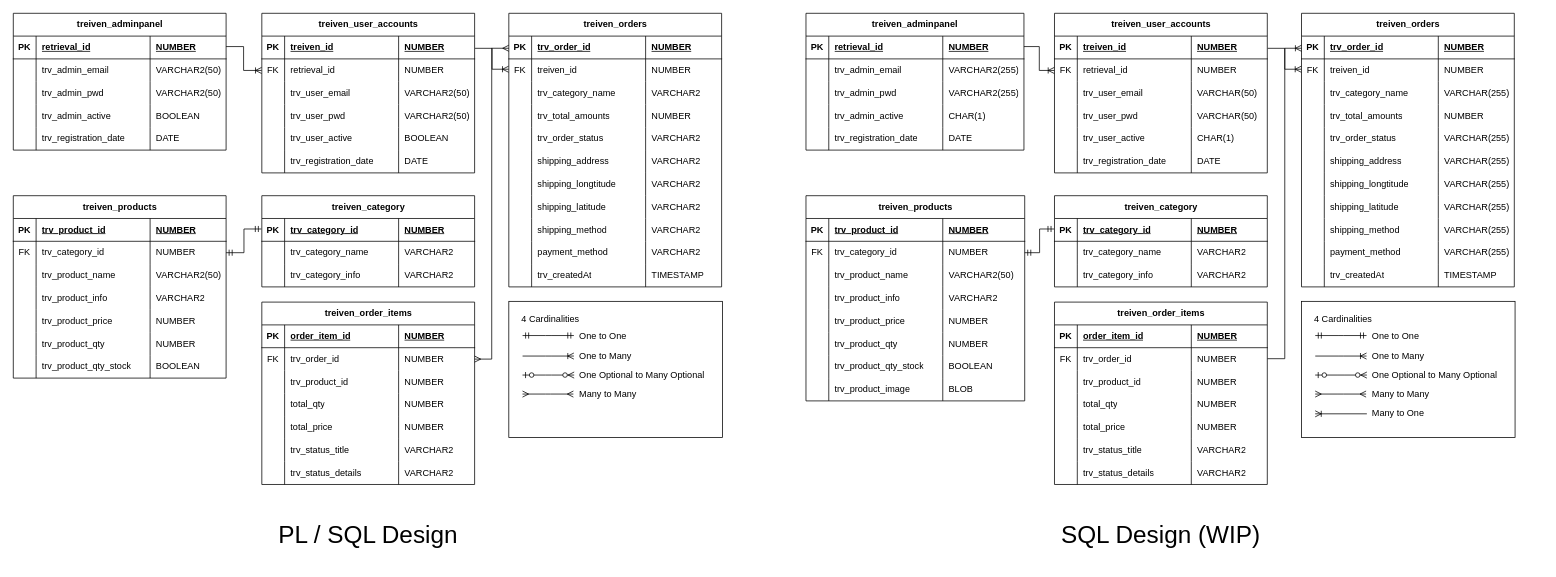
The draw.io diagram public/treiven.drawio in lash0000/im101, before the edit. Source tidied: cells renumbered, new cells numbered last; positions are measured from the earlier drawing's top-left corner, leaving out a move shared by most shapes. Both pictures are drawn from the tidied source at 76%, with x=0, y=0 at pixel (13, 13).
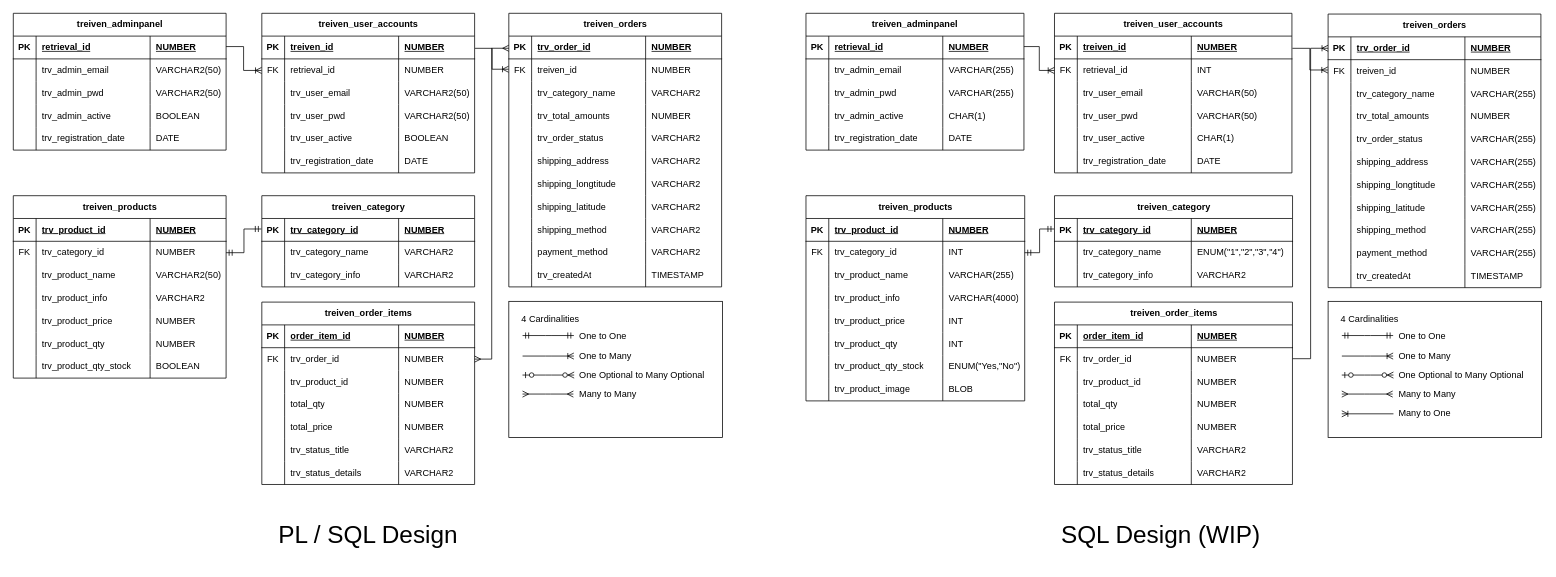
After the change.

Unchanged cells that the change refers to:
```xml
<mxCell id="185" style="shape=tableRow;horizontal=0;startSize=0;swimlaneHead=0;swimlaneBody=0;fillColor=none;top=0;left=0;right=0;bottom=0;" parent="180" vertex="1">
  <mxGeometry y="60" width="286.8" height="30" as="geometry" />
</mxCell>
<mxCell id="189" style="shape=tableRow;horizontal=0;startSize=0;swimlaneHead=0;swimlaneBody=0;fillColor=none;top=0;left=0;right=0;bottom=0;" parent="180" vertex="1">
  <mxGeometry y="90" width="286.8" height="30" as="geometry" />
</mxCell>
<mxCell id="231" style="shape=tableRow;horizontal=0;startSize=0;swimlaneHead=0;swimlaneBody=0;fillColor=none;points=[[0,0.5],[1,0.5]];portConstraint=eastwest;top=0;left=0;right=0;bottom=0;" parent="226" vertex="1">
  <mxGeometry y="60" width="287.8" height="30" as="geometry" />
</mxCell>
<mxCell id="235" style="shape=tableRow;horizontal=0;startSize=0;swimlaneHead=0;swimlaneBody=0;fillColor=none;top=0;left=0;right=0;bottom=0;" parent="226" vertex="1">
  <mxGeometry y="90" width="287.8" height="30" as="geometry" />
</mxCell>
<mxCell id="239" style="shape=tableRow;horizontal=0;startSize=0;swimlaneHead=0;swimlaneBody=0;fillColor=none;top=0;left=0;right=0;bottom=0;" parent="226" vertex="1">
  <mxGeometry y="120" width="287.8" height="30" as="geometry" />
</mxCell>
<mxCell id="243" style="shape=tableRow;horizontal=0;startSize=0;swimlaneHead=0;swimlaneBody=0;fillColor=none;top=0;left=0;right=0;bottom=0;" parent="226" vertex="1">
  <mxGeometry y="150" width="287.8" height="30" as="geometry" />
</mxCell>
<mxCell id="247" style="shape=tableRow;horizontal=0;startSize=0;swimlaneHead=0;swimlaneBody=0;fillColor=none;top=0;left=0;right=0;bottom=0;" parent="226" vertex="1">
  <mxGeometry y="180" width="287.8" height="30" as="geometry" />
</mxCell>
<mxCell id="251" style="shape=tableRow;horizontal=0;startSize=0;swimlaneHead=0;swimlaneBody=0;fillColor=none;top=0;left=0;right=0;bottom=0;" parent="226" vertex="1">
  <mxGeometry y="210" width="287.8" height="30" as="geometry" />
</mxCell>
<mxCell id="302" style="shape=tableRow;horizontal=0;startSize=0;swimlaneHead=0;swimlaneBody=0;fillColor=none;points=[[0,0.5],[1,0.5]];portConstraint=eastwest;top=0;left=0;right=0;bottom=1;" parent="301" vertex="1">
  <mxGeometry y="30" width="280" height="30" as="geometry" />
</mxCell>
```

What changed in the source:
```diff
@@
-    <mxCell id="188" value="VARCHAR2(255)" style="shape=partialRectangle;fillColor=none;top=0;left=0;bottom=0;right=0;align=left;spacingLeft=6;overflow=hidden;whiteSpace=wrap;html=1;" parent="185" vertex="1">
+    <mxCell id="188" value="VARCHAR(255)" style="shape=partialRectangle;fillColor=none;top=0;left=0;bottom=0;right=0;align=left;spacingLeft=6;overflow=hidden;whiteSpace=wrap;html=1;" parent="185" vertex="1">
       <mxGeometry x="180" width="106.8" height="30" as="geometry" />
     </mxCell>
@@
-    <mxCell id="192" value="VARCHAR2(255)" style="shape=partialRectangle;fillColor=none;top=0;left=0;bottom=0;right=0;align=left;spacingLeft=6;overflow=hidden;whiteSpace=wrap;html=1;" parent="189" vertex="1">
+    <mxCell id="192" value="VARCHAR(255)" style="shape=partialRectangle;fillColor=none;top=0;left=0;bottom=0;right=0;align=left;spacingLeft=6;overflow=hidden;whiteSpace=wrap;html=1;" parent="189" vertex="1">
       <mxGeometry x="180" width="106.8" height="30" as="geometry" />
     </mxCell>
@@
     <mxCell id="201" value="treiven_user_accounts" style="shape=table;startSize=30;childLayout=tableLayout;rowLines=0;fontStyle=1;align=center;html=1;" parent="1" vertex="1">
-      <mxGeometry x="1370" width="280" height="210" as="geometry" />
+      <mxGeometry x="1370" width="312.4" height="210" as="geometry" />
     </mxCell>
     <mxCell id="202" style="shape=tableRow;horizontal=0;startSize=0;swimlaneHead=0;swimlaneBody=0;fillColor=none;points=[[0,0.5],[1,0.5]];portConstraint=eastwest;top=0;left=0;right=0;bottom=1;" parent="201" vertex="1">
-      <mxGeometry y="30" width="280" height="30" as="geometry" />
+      <mxGeometry y="30" width="312.4" height="30" as="geometry" />
     </mxCell>
@@
     <mxCell id="205" value="NUMBER" style="shape=partialRectangle;fillColor=none;top=0;left=0;bottom=0;right=0;align=left;spacingLeft=6;fontStyle=5;overflow=hidden;whiteSpace=wrap;html=1;" parent="202" vertex="1">
-      <mxGeometry x="180" width="100" height="30" as="geometry" />
+      <mxGeometry x="180" width="132.4" height="30" as="geometry" />
     </mxCell>
     <mxCell id="206" style="shape=tableRow;horizontal=0;startSize=0;swimlaneHead=0;swimlaneBody=0;fillColor=none;top=0;left=0;right=0;bottom=0;" parent="201" vertex="1">
-      <mxGeometry y="60" width="280" height="30" as="geometry" />
+      <mxGeometry y="60" width="312.4" height="30" as="geometry" />
     </mxCell>
@@
-    <mxCell id="209" value="NUMBER" style="shape=partialRectangle;fillColor=none;top=0;left=0;bottom=0;right=0;align=left;spacingLeft=6;overflow=hidden;whiteSpace=wrap;html=1;" parent="206" vertex="1">
-      <mxGeometry x="180" width="100" height="30" as="geometry" />
+    <mxCell id="209" value="INT" style="shape=partialRectangle;fillColor=none;top=0;left=0;bottom=0;right=0;align=left;spacingLeft=6;overflow=hidden;whiteSpace=wrap;html=1;" parent="206" vertex="1">
+      <mxGeometry x="180" width="132.4" height="30" as="geometry" />
     </mxCell>
     <mxCell id="210" style="shape=tableRow;horizontal=0;startSize=0;swimlaneHead=0;swimlaneBody=0;fillColor=none;top=0;left=0;right=0;bottom=0;" parent="201" vertex="1">
-      <mxGeometry y="90" width="280" height="30" as="geometry" />
+      <mxGeometry y="90" width="312.4" height="30" as="geometry" />
     </mxCell>
@@
     <mxCell id="213" value="VARCHAR(50)" style="shape=partialRectangle;fillColor=none;top=0;left=0;bottom=0;right=0;align=left;spacingLeft=6;overflow=hidden;whiteSpace=wrap;html=1;" parent="210" vertex="1">
-      <mxGeometry x="180" width="100" height="30" as="geometry" />
+      <mxGeometry x="180" width="132.4" height="30" as="geometry" />
     </mxCell>
     <mxCell id="214" style="shape=tableRow;horizontal=0;startSize=0;swimlaneHead=0;swimlaneBody=0;fillColor=none;top=0;left=0;right=0;bottom=0;" parent="201" vertex="1">
-      <mxGeometry y="120" width="280" height="30" as="geometry" />
+      <mxGeometry y="120" width="312.4" height="30" as="geometry" />
     </mxCell>
@@
     <mxCell id="217" value="VARCHAR(50)" style="shape=partialRectangle;fillColor=none;top=0;left=0;bottom=0;right=0;align=left;spacingLeft=6;overflow=hidden;whiteSpace=wrap;html=1;" parent="214" vertex="1">
-      <mxGeometry x="180" width="100" height="30" as="geometry" />
+      <mxGeometry x="180" width="132.4" height="30" as="geometry" />
     </mxCell>
     <mxCell id="218" style="shape=tableRow;horizontal=0;startSize=0;swimlaneHead=0;swimlaneBody=0;fillColor=none;top=0;left=0;right=0;bottom=0;" parent="201" vertex="1">
-      <mxGeometry y="150" width="280" height="30" as="geometry" />
+      <mxGeometry y="150" width="312.4" height="30" as="geometry" />
     </mxCell>
@@
     <mxCell id="221" value="CHAR(1)" style="shape=partialRectangle;fillColor=none;top=0;left=0;bottom=0;right=0;align=left;spacingLeft=6;overflow=hidden;whiteSpace=wrap;html=1;" parent="218" vertex="1">
-      <mxGeometry x="180" width="100" height="30" as="geometry" />
+      <mxGeometry x="180" width="132.4" height="30" as="geometry" />
     </mxCell>
     <mxCell id="222" style="shape=tableRow;horizontal=0;startSize=0;swimlaneHead=0;swimlaneBody=0;fillColor=none;top=0;left=0;right=0;bottom=0;" parent="201" vertex="1">
-      <mxGeometry y="180" width="280" height="30" as="geometry" />
+      <mxGeometry y="180" width="312.4" height="30" as="geometry" />
     </mxCell>
@@
     <mxCell id="225" value="DATE" style="shape=partialRectangle;fillColor=none;top=0;left=0;bottom=0;right=0;align=left;spacingLeft=6;overflow=hidden;whiteSpace=wrap;html=1;" parent="222" vertex="1">
-      <mxGeometry x="180" width="100" height="30" as="geometry" />
+      <mxGeometry x="180" width="132.4" height="30" as="geometry" />
     </mxCell>
@@
-    <mxCell id="234" value="NUMBER" style="shape=partialRectangle;fillColor=none;top=0;left=0;bottom=0;right=0;align=left;spacingLeft=6;overflow=hidden;whiteSpace=wrap;html=1;" parent="231" vertex="1">
+    <mxCell id="234" value="INT" style="shape=partialRectangle;fillColor=none;top=0;left=0;bottom=0;right=0;align=left;spacingLeft=6;overflow=hidden;whiteSpace=wrap;html=1;" parent="231" vertex="1">
       <mxGeometry x="180" width="107.8" height="30" as="geometry" />
     </mxCell>
@@
-    <mxCell id="238" value="VARCHAR2(50)" style="shape=partialRectangle;fillColor=none;top=0;left=0;bottom=0;right=0;align=left;spacingLeft=6;overflow=hidden;whiteSpace=wrap;html=1;" parent="235" vertex="1">
+    <mxCell id="238" value="VARCHAR(255)" style="shape=partialRectangle;fillColor=none;top=0;left=0;bottom=0;right=0;align=left;spacingLeft=6;overflow=hidden;whiteSpace=wrap;html=1;" parent="235" vertex="1">
       <mxGeometry x="180" width="107.8" height="30" as="geometry" />
     </mxCell>
@@
-    <mxCell id="242" value="VARCHAR2" style="shape=partialRectangle;fillColor=none;top=0;left=0;bottom=0;right=0;align=left;spacingLeft=6;overflow=hidden;whiteSpace=wrap;html=1;" parent="239" vertex="1">
+    <mxCell id="242" value="VARCHAR(4000)" style="shape=partialRectangle;fillColor=none;top=0;left=0;bottom=0;right=0;align=left;spacingLeft=6;overflow=hidden;whiteSpace=wrap;html=1;" parent="239" vertex="1">
       <mxGeometry x="180" width="107.8" height="30" as="geometry" />
     </mxCell>
@@
-    <mxCell id="246" value="NUMBER" style="shape=partialRectangle;fillColor=none;top=0;left=0;bottom=0;right=0;align=left;spacingLeft=6;overflow=hidden;whiteSpace=wrap;html=1;" parent="243" vertex="1">
+    <mxCell id="246" value="INT" style="shape=partialRectangle;fillColor=none;top=0;left=0;bottom=0;right=0;align=left;spacingLeft=6;overflow=hidden;whiteSpace=wrap;html=1;" parent="243" vertex="1">
       <mxGeometry x="180" width="107.8" height="30" as="geometry" />
     </mxCell>
@@
-    <mxCell id="250" value="NUMBER" style="shape=partialRectangle;fillColor=none;top=0;left=0;bottom=0;right=0;align=left;spacingLeft=6;overflow=hidden;whiteSpace=wrap;html=1;" parent="247" vertex="1">
+    <mxCell id="250" value="INT" style="shape=partialRectangle;fillColor=none;top=0;left=0;bottom=0;right=0;align=left;spacingLeft=6;overflow=hidden;whiteSpace=wrap;html=1;" parent="247" vertex="1">
       <mxGeometry x="180" width="107.8" height="30" as="geometry" />
     </mxCell>
@@
-    <mxCell id="254" value="BOOLEAN" style="shape=partialRectangle;fillColor=none;top=0;left=0;bottom=0;right=0;align=left;spacingLeft=6;overflow=hidden;whiteSpace=wrap;html=1;" parent="251" vertex="1">
+    <mxCell id="254" value="ENUM(&quot;Yes,&quot;No&quot;)" style="shape=partialRectangle;fillColor=none;top=0;left=0;bottom=0;right=0;align=left;spacingLeft=6;overflow=hidden;whiteSpace=wrap;html=1;" parent="251" vertex="1">
       <mxGeometry x="180" width="107.8" height="30" as="geometry" />
     </mxCell>
@@
     <mxCell id="259" value="treiven_category" style="shape=table;startSize=30;childLayout=tableLayout;rowLines=0;fontStyle=1;align=center;html=1;" parent="1" vertex="1">
-      <mxGeometry x="1370" y="240" width="280" height="120" as="geometry" />
+      <mxGeometry x="1370" y="240" width="313.2" height="120" as="geometry" />
     </mxCell>
     <mxCell id="260" style="shape=tableRow;horizontal=0;startSize=0;swimlaneHead=0;swimlaneBody=0;fillColor=none;points=[[0,0.5],[1,0.5]];portConstraint=eastwest;top=0;left=0;right=0;bottom=1;" parent="259" vertex="1">
-      <mxGeometry y="30" width="280" height="30" as="geometry" />
+      <mxGeometry y="30" width="313.2" height="30" as="geometry" />
     </mxCell>
@@
     <mxCell id="263" value="NUMBER" style="shape=partialRectangle;fillColor=none;top=0;left=0;bottom=0;right=0;align=left;spacingLeft=6;fontStyle=5;overflow=hidden;whiteSpace=wrap;html=1;" parent="260" vertex="1">
-      <mxGeometry x="180" width="100" height="30" as="geometry" />
+      <mxGeometry x="180" width="133.2" height="30" as="geometry" />
     </mxCell>
     <mxCell id="264" style="shape=tableRow;horizontal=0;startSize=0;swimlaneHead=0;swimlaneBody=0;fillColor=none;top=0;left=0;right=0;bottom=0;" parent="259" vertex="1">
-      <mxGeometry y="60" width="280" height="30" as="geometry" />
+      <mxGeometry y="60" width="313.2" height="30" as="geometry" />
     </mxCell>
@@
-    <mxCell id="267" value="VARCHAR2" style="shape=partialRectangle;fillColor=none;top=0;left=0;bottom=0;right=0;align=left;spacingLeft=6;overflow=hidden;whiteSpace=wrap;html=1;" parent="264" vertex="1">
-      <mxGeometry x="180" width="100" height="30" as="geometry" />
+    <mxCell id="267" value="ENUM(&quot;1&quot;,&quot;2&quot;,&quot;3&quot;,&quot;4&quot;)" style="shape=partialRectangle;fillColor=none;top=0;left=0;bottom=0;right=0;align=left;spacingLeft=6;overflow=hidden;whiteSpace=wrap;html=1;" parent="264" vertex="1">
+      <mxGeometry x="180" width="133.2" height="30" as="geometry" />
     </mxCell>
     <mxCell id="268" style="shape=tableRow;horizontal=0;startSize=0;swimlaneHead=0;swimlaneBody=0;fillColor=none;top=0;left=0;right=0;bottom=0;" parent="259" vertex="1">
-      <mxGeometry y="90" width="280" height="30" as="geometry" />
+      <mxGeometry y="90" width="313.2" height="30" as="geometry" />
     </mxCell>
@@
     <mxCell id="271" value="VARCHAR2" style="shape=partialRectangle;fillColor=none;top=0;left=0;bottom=0;right=0;align=left;spacingLeft=6;overflow=hidden;whiteSpace=wrap;html=1;" parent="268" vertex="1">
-      <mxGeometry x="180" width="100" height="30" as="geometry" />
+      <mxGeometry x="180" width="133.2" height="30" as="geometry" />
     </mxCell>
     <mxCell id="272" value="treiven_order_items" style="shape=table;startSize=30;childLayout=tableLayout;rowLines=0;fontStyle=1;align=center;html=1;" parent="1" vertex="1">
-      <mxGeometry x="1370" y="380" width="280" height="240" as="geometry" />
+      <mxGeometry x="1370" y="380" width="313.1" height="240" as="geometry" />
     </mxCell>
     <mxCell id="273" style="shape=tableRow;horizontal=0;startSize=0;swimlaneHead=0;swimlaneBody=0;fillColor=none;top=0;left=0;right=0;bottom=1;" parent="272" vertex="1">
-      <mxGeometry y="30" width="280" height="30" as="geometry" />
+      <mxGeometry y="30" width="313.1" height="30" as="geometry" />
     </mxCell>
@@
     <mxCell id="276" value="NUMBER" style="shape=partialRectangle;fillColor=none;top=0;left=0;bottom=0;right=0;align=left;spacingLeft=6;fontStyle=5;overflow=hidden;whiteSpace=wrap;html=1;" parent="273" vertex="1">
-      <mxGeometry x="180" width="100" height="30" as="geometry" />
+      <mxGeometry x="180" width="133.1" height="30" as="geometry" />
     </mxCell>
     <mxCell id="277" style="shape=tableRow;horizontal=0;startSize=0;swimlaneHead=0;swimlaneBody=0;fillColor=none;points=[[0,0.5],[1,0.5]];portConstraint=eastwest;top=0;left=0;right=0;bottom=0;" parent="272" vertex="1">
-      <mxGeometry y="60" width="280" height="30" as="geometry" />
+      <mxGeometry y="60" width="313.1" height="30" as="geometry" />
     </mxCell>
@@
     <mxCell id="280" value="NUMBER" style="shape=partialRectangle;fillColor=none;top=0;left=0;bottom=0;right=0;align=left;spacingLeft=6;overflow=hidden;whiteSpace=wrap;html=1;" parent="277" vertex="1">
-      <mxGeometry x="180" width="100" height="30" as="geometry" />
+      <mxGeometry x="180" width="133.1" height="30" as="geometry" />
     </mxCell>
     <mxCell id="281" style="shape=tableRow;horizontal=0;startSize=0;swimlaneHead=0;swimlaneBody=0;fillColor=none;top=0;left=0;right=0;bottom=0;" parent="272" vertex="1">
-      <mxGeometry y="90" width="280" height="30" as="geometry" />
+      <mxGeometry y="90" width="313.1" height="30" as="geometry" />
     </mxCell>
@@
     <mxCell id="284" value="NUMBER" style="shape=partialRectangle;fillColor=none;top=0;left=0;bottom=0;right=0;align=left;spacingLeft=6;overflow=hidden;whiteSpace=wrap;html=1;" parent="281" vertex="1">
-      <mxGeometry x="180" width="100" height="30" as="geometry" />
+      <mxGeometry x="180" width="133.1" height="30" as="geometry" />
     </mxCell>
     <mxCell id="285" style="shape=tableRow;horizontal=0;startSize=0;swimlaneHead=0;swimlaneBody=0;fillColor=none;top=0;left=0;right=0;bottom=0;" parent="272" vertex="1">
-      <mxGeometry y="120" width="280" height="30" as="geometry" />
+      <mxGeometry y="120" width="313.1" height="30" as="geometry" />
     </mxCell>
@@
     <mxCell id="288" value="NUMBER" style="shape=partialRectangle;fillColor=none;top=0;left=0;bottom=0;right=0;align=left;spacingLeft=6;overflow=hidden;whiteSpace=wrap;html=1;" parent="285" vertex="1">
-      <mxGeometry x="180" width="100" height="30" as="geometry" />
+      <mxGeometry x="180" width="133.1" height="30" as="geometry" />
     </mxCell>
     <mxCell id="289" style="shape=tableRow;horizontal=0;startSize=0;swimlaneHead=0;swimlaneBody=0;fillColor=none;top=0;left=0;right=0;bottom=0;" parent="272" vertex="1">
-      <mxGeometry y="150" width="280" height="30" as="geometry" />
+      <mxGeometry y="150" width="313.1" height="30" as="geometry" />
     </mxCell>
@@
     <mxCell id="292" value="NUMBER" style="shape=partialRectangle;fillColor=none;top=0;left=0;bottom=0;right=0;align=left;spacingLeft=6;overflow=hidden;whiteSpace=wrap;html=1;" parent="289" vertex="1">
-      <mxGeometry x="180" width="100" height="30" as="geometry" />
+      <mxGeometry x="180" width="133.1" height="30" as="geometry" />
     </mxCell>
     <mxCell id="293" style="shape=tableRow;horizontal=0;startSize=0;swimlaneHead=0;swimlaneBody=0;fillColor=none;top=0;left=0;right=0;bottom=0;" parent="272" vertex="1">
-      <mxGeometry y="180" width="280" height="30" as="geometry" />
+      <mxGeometry y="180" width="313.1" height="30" as="geometry" />
     </mxCell>
@@
     <mxCell id="296" value="VARCHAR2" style="shape=partialRectangle;fillColor=none;top=0;left=0;bottom=0;right=0;align=left;spacingLeft=6;overflow=hidden;whiteSpace=wrap;html=1;" parent="293" vertex="1">
-      <mxGeometry x="180" width="100" height="30" as="geometry" />
+      <mxGeometry x="180" width="133.1" height="30" as="geometry" />
     </mxCell>
     <mxCell id="297" style="shape=tableRow;horizontal=0;startSize=0;swimlaneHead=0;swimlaneBody=0;fillColor=none;top=0;left=0;right=0;bottom=0;" parent="272" vertex="1">
-      <mxGeometry y="210" width="280" height="30" as="geometry" />
+      <mxGeometry y="210" width="313.1" height="30" as="geometry" />
     </mxCell>
@@
     <mxCell id="300" value="VARCHAR2" style="shape=partialRectangle;fillColor=none;top=0;left=0;bottom=0;right=0;align=left;spacingLeft=6;overflow=hidden;whiteSpace=wrap;html=1;" parent="297" vertex="1">
-      <mxGeometry x="180" width="100" height="30" as="geometry" />
+      <mxGeometry x="180" width="133.1" height="30" as="geometry" />
     </mxCell>
     <mxCell id="301" value="treiven_orders" style="shape=table;startSize=30;childLayout=tableLayout;rowLines=0;fontStyle=1;align=center;html=1;" parent="1" vertex="1">
-      <mxGeometry x="1695" width="280" height="360" as="geometry" />
+      <mxGeometry x="1730" y="1" width="280" height="360" as="geometry" />
     </mxCell>
@@
     <mxCell id="346" style="group;" parent="1" vertex="1">
-      <mxGeometry x="1695" y="379" width="282" height="179" as="geometry" />
+      <mxGeometry x="1730" y="379" width="282" height="179" as="geometry" />
     </mxCell>
@@
-    <mxCell id="363" style="edgeStyle=elbowEdgeStyle;fontSize=12;html=1;endArrow=ERoneToMany;rounded=0;exitX=1.001;exitY=0.482;exitDx=0;exitDy=0;exitPerimeter=0;" parent="1" edge="1" source="277">
-      <mxGeometry relative="1" as="geometry">
-        <mxPoint x="1695" y="46" as="targetPoint" />
-      </mxGeometry>
+    <mxCell id="363" style="edgeStyle=elbowEdgeStyle;fontSize=12;html=1;endArrow=ERoneToMany;rounded=0;exitX=1.001;exitY=0.482;exitDx=0;exitDy=0;exitPerimeter=0;entryX=0;entryY=0.5;entryDx=0;entryDy=0;" parent="1" edge="1" source="277" target="302">
+      <mxGeometry relative="1" as="geometry" />
     </mxCell>
```
